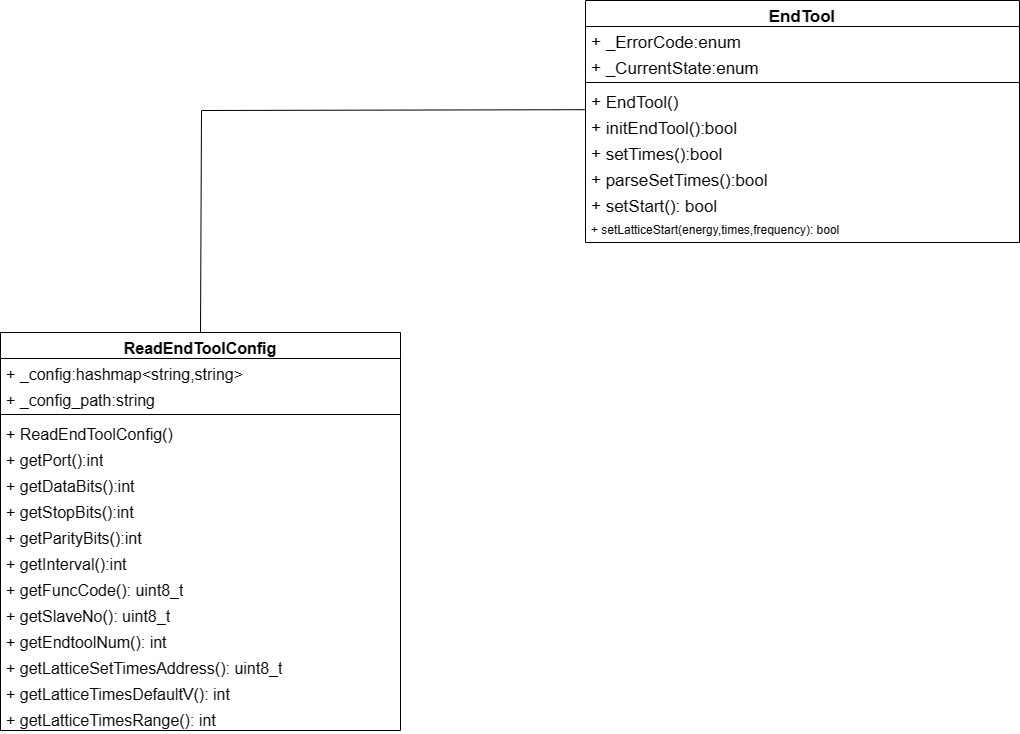
Earlier version of the draw.io export 理疗头类图.drawio.png (Durpe/Drawio). Source tidied: cells renumbered, new cells last; positions are measured from the earlier drawing's top-left corner, leaving out a move shared by most shapes.
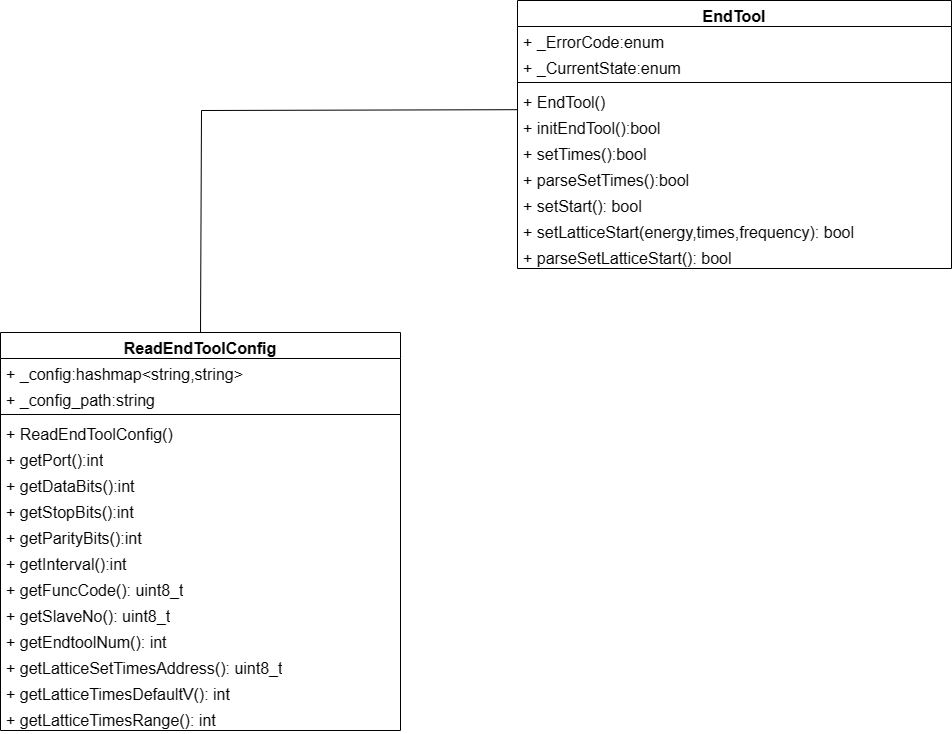
After the commit.

Commit message:
更新理疗头类图.drawio.png

The edit, as a diff of the source:
```diff
@@ -50,36 +50,39 @@
     <mxCell id="17" value="+ getLatticeTimesRange(): int" style="text;strokeColor=none;fillColor=none;align=left;verticalAlign=top;spacingLeft=4;spacingRight=4;overflow=hidden;whiteSpace=wrap;html=1;fontSize=16;" parent="2" vertex="1">
       <mxGeometry y="372" width="400" height="26" as="geometry" />
     </mxCell>
-    <mxCell id="18" value="EndTool" style="swimlane;fontStyle=1;align=center;verticalAlign=top;horizontal=1;startSize=26;whiteSpace=wrap;html=1;fontSize=17;" parent="1" vertex="1">
-      <mxGeometry x="585" width="434" height="242" as="geometry" />
+    <mxCell id="18" value="EndTool" style="swimlane;fontStyle=1;align=center;verticalAlign=top;horizontal=1;startSize=26;whiteSpace=wrap;html=1;fontSize=16;" parent="1" vertex="1">
+      <mxGeometry x="517" width="434" height="268" as="geometry" />
     </mxCell>
-    <mxCell id="19" value="+&lt;span style=&quot;white-space: pre; font-size: 17px;&quot;&gt; &lt;/span&gt;_ErrorCode:enum" style="text;strokeColor=none;fillColor=none;align=left;verticalAlign=top;spacingLeft=4;spacingRight=4;overflow=hidden;whiteSpace=wrap;html=1;fontSize=17;" parent="18" vertex="1">
+    <mxCell id="19" value="+&lt;span style=&quot;white-space: pre; font-size: 16px;&quot;&gt; &lt;/span&gt;_ErrorCode:enum" style="text;strokeColor=none;fillColor=none;align=left;verticalAlign=top;spacingLeft=4;spacingRight=4;overflow=hidden;whiteSpace=wrap;html=1;fontSize=16;" parent="18" vertex="1">
       <mxGeometry y="26" width="434" height="26" as="geometry" />
     </mxCell>
-    <mxCell id="20" value="+ _CurrentState:enum" style="text;strokeColor=none;fillColor=none;align=left;verticalAlign=top;spacingLeft=4;spacingRight=4;overflow=hidden;whiteSpace=wrap;html=1;fontSize=17;" parent="18" vertex="1">
+    <mxCell id="20" value="+ _CurrentState:enum" style="text;strokeColor=none;fillColor=none;align=left;verticalAlign=top;spacingLeft=4;spacingRight=4;overflow=hidden;whiteSpace=wrap;html=1;fontSize=16;" parent="18" vertex="1">
       <mxGeometry y="52" width="434" height="26" as="geometry" />
     </mxCell>
-    <mxCell id="21" style="line;strokeWidth=1;fillColor=none;align=left;verticalAlign=middle;spacingTop=-1;spacingLeft=3;spacingRight=3;labelPosition=right;strokeColor=inherit;fontSize=17;" parent="18" vertex="1">
+    <mxCell id="21" style="line;strokeWidth=1;fillColor=none;align=left;verticalAlign=middle;spacingTop=-1;spacingLeft=3;spacingRight=3;labelPosition=right;strokeColor=inherit;fontSize=16;" parent="18" vertex="1">
       <mxGeometry y="78" width="434" height="8" as="geometry" />
     </mxCell>
-    <mxCell id="22" value="+ EndTool()&lt;br style=&quot;font-size: 17px;&quot;&gt;" style="text;strokeColor=none;fillColor=none;align=left;verticalAlign=top;spacingLeft=4;spacingRight=4;overflow=hidden;whiteSpace=wrap;html=1;fontSize=17;" parent="18" vertex="1">
+    <mxCell id="22" value="+ EndTool()&lt;br style=&quot;font-size: 16px;&quot;&gt;" style="text;strokeColor=none;fillColor=none;align=left;verticalAlign=top;spacingLeft=4;spacingRight=4;overflow=hidden;whiteSpace=wrap;html=1;fontSize=16;" parent="18" vertex="1">
       <mxGeometry y="86" width="434" height="26" as="geometry" />
     </mxCell>
-    <mxCell id="23" value="+ initEndTool():bool&lt;br style=&quot;font-size: 17px;&quot;&gt;" style="text;strokeColor=none;fillColor=none;align=left;verticalAlign=top;spacingLeft=4;spacingRight=4;overflow=hidden;points=[[0,0.5],[1,0.5]];portConstraint=eastwest;whiteSpace=wrap;html=1;fontSize=17;" parent="18" vertex="1">
+    <mxCell id="23" value="+ initEndTool():bool&lt;br style=&quot;font-size: 16px;&quot;&gt;" style="text;strokeColor=none;fillColor=none;align=left;verticalAlign=top;spacingLeft=4;spacingRight=4;overflow=hidden;points=[[0,0.5],[1,0.5]];portConstraint=eastwest;whiteSpace=wrap;html=1;fontSize=16;" parent="18" vertex="1">
       <mxGeometry y="112" width="434" height="26" as="geometry" />
     </mxCell>
-    <mxCell id="24" value="+ setTimes():bool" style="text;strokeColor=none;fillColor=none;align=left;verticalAlign=top;spacingLeft=4;spacingRight=4;overflow=hidden;whiteSpace=wrap;html=1;fontSize=17;" parent="18" vertex="1">
+    <mxCell id="24" value="+ setTimes():bool" style="text;strokeColor=none;fillColor=none;align=left;verticalAlign=top;spacingLeft=4;spacingRight=4;overflow=hidden;whiteSpace=wrap;html=1;fontSize=16;" parent="18" vertex="1">
       <mxGeometry y="138" width="434" height="26" as="geometry" />
     </mxCell>
-    <mxCell id="25" value="+ parseSetTimes():bool" style="text;strokeColor=none;fillColor=none;align=left;verticalAlign=top;spacingLeft=4;spacingRight=4;overflow=hidden;whiteSpace=wrap;html=1;fontSize=17;" parent="18" vertex="1">
+    <mxCell id="25" value="+ parseSetTimes():bool" style="text;strokeColor=none;fillColor=none;align=left;verticalAlign=top;spacingLeft=4;spacingRight=4;overflow=hidden;whiteSpace=wrap;html=1;fontSize=16;" parent="18" vertex="1">
       <mxGeometry y="164" width="434" height="26" as="geometry" />
     </mxCell>
-    <mxCell id="26" value="+ setStart(): bool" style="text;strokeColor=none;fillColor=none;align=left;verticalAlign=top;spacingLeft=4;spacingRight=4;overflow=hidden;whiteSpace=wrap;html=1;fontSize=17;" parent="18" vertex="1">
+    <mxCell id="26" value="+ setStart(): bool" style="text;strokeColor=none;fillColor=none;align=left;verticalAlign=top;spacingLeft=4;spacingRight=4;overflow=hidden;whiteSpace=wrap;html=1;fontSize=16;" parent="18" vertex="1">
       <mxGeometry y="190" width="434" height="26" as="geometry" />
     </mxCell>
-    <mxCell id="27" value="+ setLatticeStart(energy,times,frequency): bool" style="text;strokeColor=none;fillColor=none;align=left;verticalAlign=top;spacingLeft=4;spacingRight=4;overflow=hidden;whiteSpace=wrap;html=1;" parent="18" vertex="1">
+    <mxCell id="27" value="+ setLatticeStart(energy,times,frequency): bool" style="text;strokeColor=none;fillColor=none;align=left;verticalAlign=top;spacingLeft=4;spacingRight=4;overflow=hidden;whiteSpace=wrap;html=1;fontSize=16;" parent="18" vertex="1">
       <mxGeometry y="216" width="434" height="26" as="geometry" />
     </mxCell>
+    <mxCell id="29" value="+ parseSetLatticeStart(): bool" style="text;strokeColor=none;fillColor=none;align=left;verticalAlign=top;spacingLeft=4;spacingRight=4;overflow=hidden;whiteSpace=wrap;html=1;fontSize=16;" parent="18" vertex="1">
+      <mxGeometry y="242" width="434" height="26" as="geometry" />
+    </mxCell>
     <mxCell id="28" style="endArrow=none;html=1;rounded=0;exitX=0.5;exitY=0;exitDx=0;exitDy=0;entryX=-0.001;entryY=-0.108;entryDx=0;entryDy=0;entryPerimeter=0;" parent="1" edge="1" source="2" target="23">
       <mxGeometry relative="1" as="geometry">
         <Array as="points">
```
